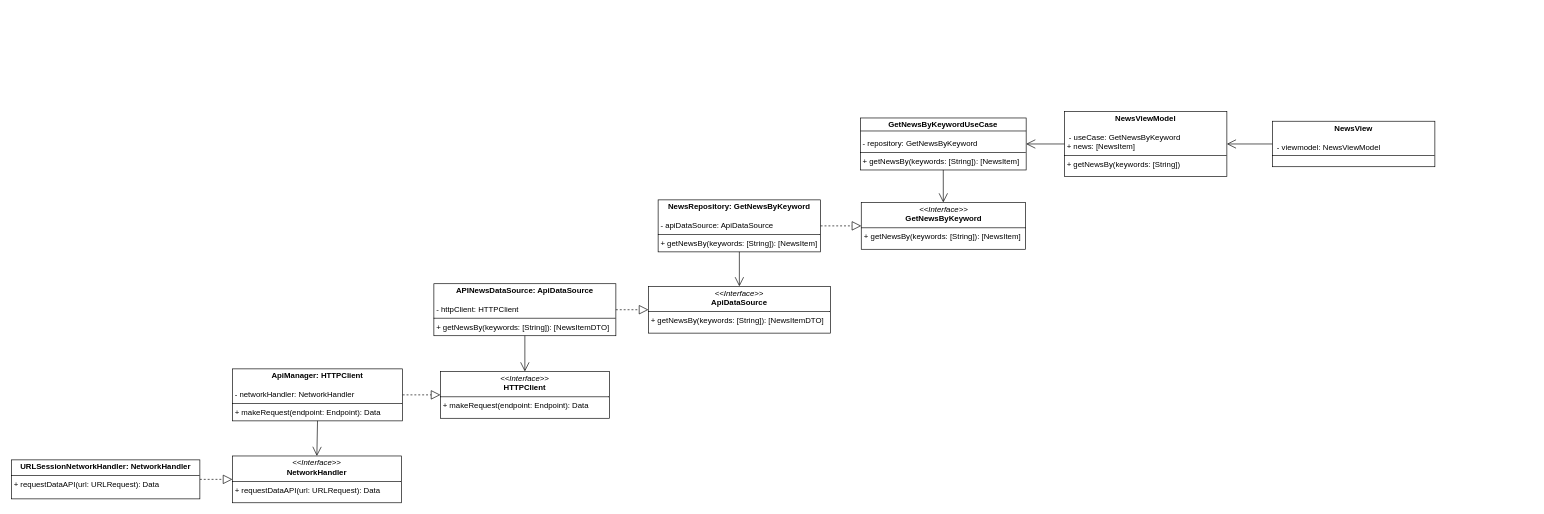
This is page "CleanArchitecture" (3 of 3) of 002_clean_architecture/resources/CleanArchitectureExampleUML.drawio from josemortizs/ArticulosTecnicos, a draw.io file, before an edit. Source tidied: cells renumbered, new cells numbered last; positions are measured from the earlier drawing's top-left corner, leaving out a move shared by most shapes. Both pictures are drawn from the tidied source at 65%, with x=0, y=0 at pixel (11, 111).
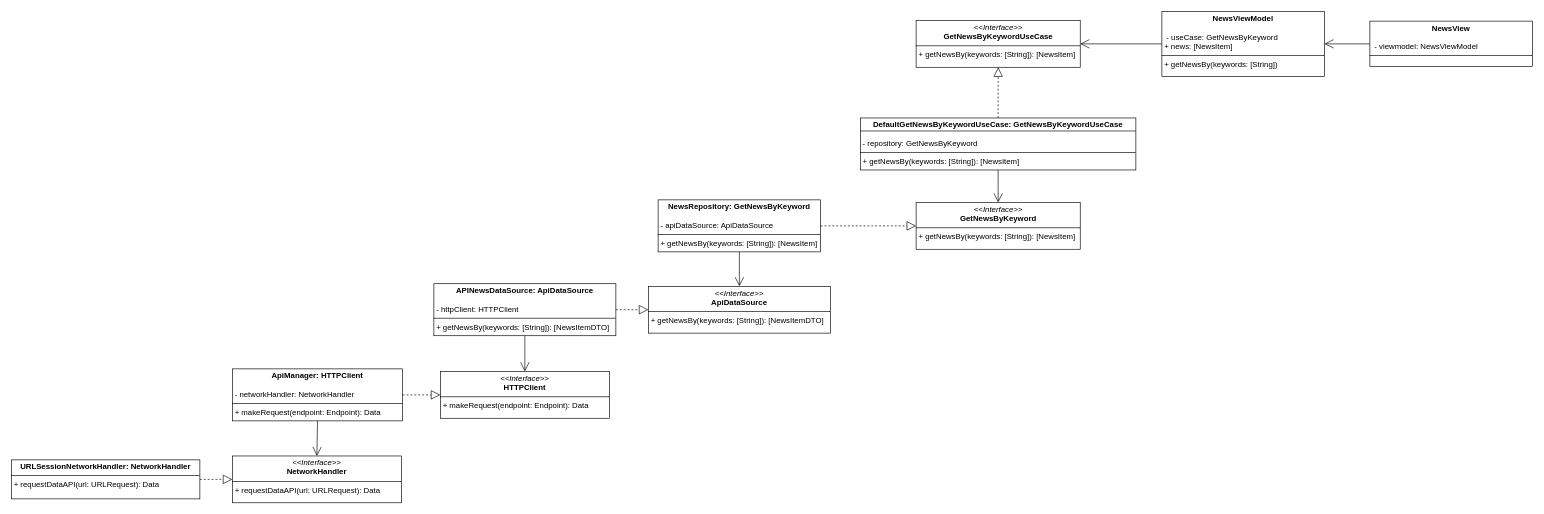
The same page after the edit.

The edit, as a diff of the source:
```diff
@@
-    <mxCell id="2" value="&lt;p style=&quot;margin:0px;margin-top:4px;text-align:center;&quot;&gt;&lt;b&gt;GetNewsByKeywordUseCase&lt;/b&gt;&lt;/p&gt;&lt;p style=&quot;margin:0px;margin-left:4px;&quot;&gt;&lt;br&gt;&lt;/p&gt;&lt;p style=&quot;margin:0px;margin-left:4px;&quot;&gt;- repository: GetNewsByKeyword&lt;/p&gt;&lt;hr size=&quot;1&quot; style=&quot;border-style:solid;&quot;&gt;&lt;p style=&quot;margin:0px;margin-left:4px;&quot;&gt;+ getNewsBy(keywords: [String]): [NewsItem]&lt;br&gt;&lt;/p&gt;" style="verticalAlign=top;align=left;overflow=fill;html=1;whiteSpace=wrap;" parent="1" vertex="1">
-      <mxGeometry x="1306.2" y="10" width="255" height="80" as="geometry" />
+    <mxCell id="2" value="&lt;p style=&quot;margin:0px;margin-top:4px;text-align:center;&quot;&gt;&lt;b&gt;DefaultGetNewsByKeywordUseCase: GetNewsByKeywordUseCase&lt;/b&gt;&lt;/p&gt;&lt;p style=&quot;margin:0px;margin-left:4px;&quot;&gt;&lt;br&gt;&lt;/p&gt;&lt;p style=&quot;margin:0px;margin-left:4px;&quot;&gt;- repository: GetNewsByKeyword&lt;/p&gt;&lt;hr size=&quot;1&quot; style=&quot;border-style:solid;&quot;&gt;&lt;p style=&quot;margin:0px;margin-left:4px;&quot;&gt;+ getNewsBy(keywords: [String]): [NewsItem]&lt;br&gt;&lt;/p&gt;" style="verticalAlign=top;align=left;overflow=fill;html=1;whiteSpace=wrap;" parent="1" vertex="1">
+      <mxGeometry x="1306.2" y="10" width="423.8" height="80" as="geometry" />
     </mxCell>
@@
     <mxCell id="4" value="&lt;p style=&quot;margin:0px;margin-top:4px;text-align:center;&quot;&gt;&lt;i&gt;&amp;lt;&amp;lt;Interface&amp;gt;&amp;gt;&lt;/i&gt;&lt;br&gt;&lt;b&gt;GetNewsByKeyword&lt;/b&gt;&lt;/p&gt;&lt;hr size=&quot;1&quot; style=&quot;border-style:solid;&quot;&gt;&lt;p style=&quot;margin:0px;margin-left:4px;&quot;&gt;&lt;span style=&quot;background-color: initial;&quot;&gt;+ getNewsBy(keywords: [String]): [&lt;/span&gt;NewsItem&lt;span style=&quot;background-color: initial;&quot;&gt;]&lt;/span&gt;&lt;br&gt;&lt;/p&gt;" style="verticalAlign=top;align=left;overflow=fill;html=1;whiteSpace=wrap;" parent="1" vertex="1">
-      <mxGeometry x="1307.5" y="140" width="252.5" height="72" as="geometry" />
+      <mxGeometry x="1391.9" y="140" width="252.5" height="72" as="geometry" />
     </mxCell>
@@
     <mxCell id="20" value="&lt;p style=&quot;margin:0px;margin-top:4px;text-align:center;&quot;&gt;&lt;b&gt;NewsViewModel&lt;/b&gt;&lt;/p&gt;&lt;p style=&quot;margin:0px;margin-left:4px;&quot;&gt;&lt;br&gt;&lt;/p&gt;&lt;p style=&quot;margin:0px;margin-left:4px;&quot;&gt;&amp;nbsp;- useCase: GetNewsByKeyword&lt;/p&gt;&lt;p style=&quot;margin:0px;margin-left:4px;&quot;&gt;+ news: [NewsItem]&lt;/p&gt;&lt;hr size=&quot;1&quot; style=&quot;border-style:solid;&quot;&gt;&lt;p style=&quot;margin:0px;margin-left:4px;&quot;&gt;+ getNewsBy(keywords: [String])&lt;/p&gt;" style="verticalAlign=top;align=left;overflow=fill;html=1;whiteSpace=wrap;" parent="1" vertex="1">
-      <mxGeometry x="1620" width="250" height="100" as="geometry" />
+      <mxGeometry x="1770" y="-154" width="250" height="100" as="geometry" />
     </mxCell>
-    <mxCell id="21" style="endArrow=open;endFill=1;endSize=12;html=1;rounded=0;exitX=0;exitY=0.5;exitDx=0;exitDy=0;entryX=1;entryY=0.5;entryDx=0;entryDy=0;" parent="1" edge="1" source="20" target="2">
+    <mxCell id="21" style="endArrow=open;endFill=1;endSize=12;html=1;rounded=0;exitX=0;exitY=0.5;exitDx=0;exitDy=0;entryX=1;entryY=0.5;entryDx=0;entryDy=0;" parent="1" edge="1" source="20" target="24">
       <mxGeometry relative="1" as="geometry" />
     </mxCell>
     <mxCell id="22" value="&lt;p style=&quot;margin:0px;margin-top:4px;text-align:center;&quot;&gt;&lt;b&gt;NewsView&lt;/b&gt;&lt;/p&gt;&lt;p style=&quot;margin:0px;margin-left:4px;&quot;&gt;&lt;br&gt;&lt;/p&gt;&lt;p style=&quot;margin:0px;margin-left:4px;&quot;&gt;&amp;nbsp;- viewmodel: NewsViewModel&lt;/p&gt;&lt;hr size=&quot;1&quot; style=&quot;border-style:solid;&quot;&gt;&lt;p style=&quot;margin:0px;margin-left:4px;&quot;&gt;&amp;nbsp;&lt;/p&gt;" style="verticalAlign=top;align=left;overflow=fill;html=1;whiteSpace=wrap;" parent="1" vertex="1">
-      <mxGeometry x="1940" y="15" width="250" height="70" as="geometry" />
+      <mxGeometry x="2090" y="-139" width="250" height="70" as="geometry" />
     </mxCell>
@@
+    <mxCell id="24" value="&lt;p style=&quot;margin:0px;margin-top:4px;text-align:center;&quot;&gt;&lt;i&gt;&amp;lt;&amp;lt;Interface&amp;gt;&amp;gt;&lt;/i&gt;&lt;br&gt;&lt;b&gt;GetNewsByKeywordUseCase&lt;/b&gt;&lt;/p&gt;&lt;hr size=&quot;1&quot; style=&quot;border-style:solid;&quot;&gt;&lt;p style=&quot;margin:0px;margin-left:4px;&quot;&gt;&lt;span style=&quot;background-color: initial;&quot;&gt;+ getNewsBy(keywords: [String]): [&lt;/span&gt;NewsItem&lt;span style=&quot;background-color: initial;&quot;&gt;]&lt;/span&gt;&lt;br&gt;&lt;/p&gt;" style="verticalAlign=top;align=left;overflow=fill;html=1;whiteSpace=wrap;" parent="1" vertex="1">
+      <mxGeometry x="1391.9" y="-140" width="252.5" height="72" as="geometry" />
+    </mxCell>
+    <mxCell id="25" style="endArrow=block;dashed=1;endFill=0;endSize=12;html=1;rounded=0;exitX=0.5;exitY=0;exitDx=0;exitDy=0;entryX=0.5;entryY=1;entryDx=0;entryDy=0;" parent="1" edge="1" source="2" target="24">
+      <mxGeometry relative="1" as="geometry" />
+    </mxCell>
```
